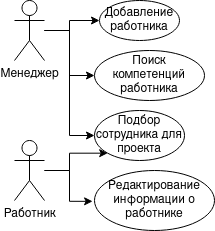
Before: docs/img/Диаграмма вариантов использования.png, a diagram exported from draw.io (Samoed/CourseWork2). Source tidied: cells renumbered, new cells last; positions are measured from the earlier drawing's top-left corner, leaving out a move shared by most shapes. Its diagram source:
```xml
<mxGraphModel>
  <root>
    <mxCell id="0" />
    <mxCell id="1" parent="0" />
    <mxCell id="2" style="edgeStyle=orthogonalEdgeStyle;rounded=0;jettySize=auto;html=1;" parent="1" edge="1" source="5" target="6">
      <mxGeometry relative="1" as="geometry">
        <Array as="points">
          <mxPoint x="55" y="30" />
          <mxPoint x="55" y="20" />
        </Array>
      </mxGeometry>
    </mxCell>
    <mxCell id="3" style="edgeStyle=orthogonalEdgeStyle;rounded=0;jettySize=auto;html=1;entryX=0;entryY=0.5;entryDx=0;entryDy=0;" parent="1" edge="1" source="5" target="7">
      <mxGeometry relative="1" as="geometry" />
    </mxCell>
    <mxCell id="4" style="edgeStyle=orthogonalEdgeStyle;rounded=0;jettySize=auto;html=1;entryX=0;entryY=0.5;entryDx=0;entryDy=0;" parent="1" edge="1" source="5" target="8">
      <mxGeometry relative="1" as="geometry" />
    </mxCell>
    <mxCell id="5" value="Менеджер" style="shape=umlActor;verticalLabelPosition=bottom;verticalAlign=top;html=1;outlineConnect=0;fillColor=#FFFFFF;" parent="1" vertex="1">
      <mxGeometry width="30" height="60" as="geometry" />
    </mxCell>
    <mxCell id="6" value="Добавление работника" style="ellipse;whiteSpace=wrap;html=1;fillColor=#FFFFFF;" parent="1" vertex="1">
      <mxGeometry x="85" width="80" height="40" as="geometry" />
    </mxCell>
    <mxCell id="7" value="Подбор сотрудника для проекта" style="ellipse;whiteSpace=wrap;html=1;fillColor=#FFFFFF;" parent="1" vertex="1">
      <mxGeometry x="80" y="110" width="90" height="50" as="geometry" />
    </mxCell>
    <mxCell id="8" value="Поиск компетенций работника" style="ellipse;whiteSpace=wrap;html=1;fillColor=#FFFFFF;" parent="1" vertex="1">
      <mxGeometry x="80" y="50" width="110" height="50" as="geometry" />
    </mxCell>
    <mxCell id="9" value="Редактирование информации о работнике" style="ellipse;whiteSpace=wrap;html=1;fillColor=#FFFFFF;" parent="1" vertex="1">
      <mxGeometry x="80" y="170" width="120" height="60" as="geometry" />
    </mxCell>
    <mxCell id="10" style="edgeStyle=orthogonalEdgeStyle;rounded=0;jettySize=auto;html=1;entryX=0;entryY=1;entryDx=0;entryDy=0;" parent="1" edge="1" source="12" target="7">
      <mxGeometry relative="1" as="geometry" />
    </mxCell>
    <mxCell id="11" style="edgeStyle=orthogonalEdgeStyle;rounded=0;jettySize=auto;html=1;entryX=-0.016;entryY=0.514;entryDx=0;entryDy=0;entryPerimeter=0;" parent="1" edge="1" source="12" target="9">
      <mxGeometry relative="1" as="geometry">
        <Array as="points">
          <mxPoint x="55" y="170" />
          <mxPoint x="55" y="201" />
        </Array>
      </mxGeometry>
    </mxCell>
    <mxCell id="12" value="Работник" style="shape=umlActor;verticalLabelPosition=bottom;verticalAlign=top;html=1;outlineConnect=0;fillColor=#FFFFFF;" parent="1" vertex="1">
      <mxGeometry y="140" width="30" height="60" as="geometry" />
    </mxCell>
  </root>
</mxGraphModel>
```
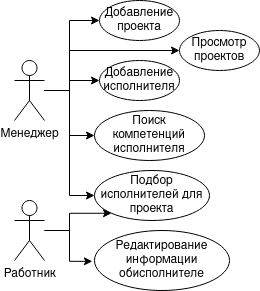
After the commit.

Diff of the diagram source:
```diff
@@ -16,20 +16,36 @@
     <mxCell id="4" style="edgeStyle=orthogonalEdgeStyle;rounded=0;jettySize=auto;html=1;entryX=0;entryY=0.5;entryDx=0;entryDy=0;" parent="1" edge="1" source="5" target="8">
       <mxGeometry relative="1" as="geometry" />
     </mxCell>
+    <mxCell id="13" style="edgeStyle=orthogonalEdgeStyle;rounded=0;jettySize=auto;html=1;entryX=0;entryY=0.5;entryDx=0;entryDy=0;fontSize=18;" parent="1" edge="1" source="5" target="15">
+      <mxGeometry relative="1" as="geometry">
+        <Array as="points">
+          <mxPoint x="55" y="30" />
+          <mxPoint x="55" y="-40" />
+        </Array>
+      </mxGeometry>
+    </mxCell>
+    <mxCell id="14" style="edgeStyle=orthogonalEdgeStyle;rounded=0;jettySize=auto;html=1;entryX=0;entryY=0.5;entryDx=0;entryDy=0;fontSize=18;" parent="1" edge="1" source="5" target="16">
+      <mxGeometry relative="1" as="geometry">
+        <Array as="points">
+          <mxPoint x="55" y="30" />
+          <mxPoint x="55" y="-10" />
+        </Array>
+      </mxGeometry>
+    </mxCell>
     <mxCell id="5" value="Менеджер" style="shape=umlActor;verticalLabelPosition=bottom;verticalAlign=top;html=1;outlineConnect=0;fillColor=#FFFFFF;" parent="1" vertex="1">
       <mxGeometry width="30" height="60" as="geometry" />
     </mxCell>
-    <mxCell id="6" value="Добавление работника" style="ellipse;whiteSpace=wrap;html=1;fillColor=#FFFFFF;" parent="1" vertex="1">
+    <mxCell id="6" value="Добавление исполнителя" style="ellipse;whiteSpace=wrap;html=1;fillColor=#FFFFFF;" parent="1" vertex="1">
       <mxGeometry x="85" width="80" height="40" as="geometry" />
     </mxCell>
-    <mxCell id="7" value="Подбор сотрудника для проекта" style="ellipse;whiteSpace=wrap;html=1;fillColor=#FFFFFF;" parent="1" vertex="1">
-      <mxGeometry x="80" y="110" width="90" height="50" as="geometry" />
+    <mxCell id="7" value="Подбор исполнителей для проекта" style="ellipse;whiteSpace=wrap;html=1;fillColor=#FFFFFF;" parent="1" vertex="1">
+      <mxGeometry x="80" y="110" width="115" height="50" as="geometry" />
     </mxCell>
-    <mxCell id="8" value="Поиск компетенций работника" style="ellipse;whiteSpace=wrap;html=1;fillColor=#FFFFFF;" parent="1" vertex="1">
+    <mxCell id="8" value="Поиск компетенций исполнителя" style="ellipse;whiteSpace=wrap;html=1;fillColor=#FFFFFF;" parent="1" vertex="1">
       <mxGeometry x="80" y="50" width="110" height="50" as="geometry" />
     </mxCell>
-    <mxCell id="9" value="Редактирование информации о работнике" style="ellipse;whiteSpace=wrap;html=1;fillColor=#FFFFFF;" parent="1" vertex="1">
-      <mxGeometry x="80" y="170" width="120" height="60" as="geometry" />
+    <mxCell id="9" value="Редактирование информации обисполнителе" style="ellipse;whiteSpace=wrap;html=1;fillColor=#FFFFFF;" parent="1" vertex="1">
+      <mxGeometry x="80" y="170" width="135" height="60" as="geometry" />
     </mxCell>
     <mxCell id="10" style="edgeStyle=orthogonalEdgeStyle;rounded=0;jettySize=auto;html=1;entryX=0;entryY=1;entryDx=0;entryDy=0;" parent="1" edge="1" source="12" target="7">
       <mxGeometry relative="1" as="geometry" />
@@ -45,5 +61,11 @@
     <mxCell id="12" value="Работник" style="shape=umlActor;verticalLabelPosition=bottom;verticalAlign=top;html=1;outlineConnect=0;fillColor=#FFFFFF;" parent="1" vertex="1">
       <mxGeometry y="140" width="30" height="60" as="geometry" />
     </mxCell>
+    <mxCell id="15" value="Добавление проекта" style="ellipse;whiteSpace=wrap;html=1;fillColor=#FFFFFF;" parent="1" vertex="1">
+      <mxGeometry x="85" y="-60" width="80" height="40" as="geometry" />
+    </mxCell>
+    <mxCell id="16" value="Просмотр проектов" style="ellipse;whiteSpace=wrap;html=1;fillColor=#FFFFFF;" parent="1" vertex="1">
+      <mxGeometry x="165" y="-30" width="80" height="40" as="geometry" />
+    </mxCell>
   </root>
 </mxGraphModel>
```
